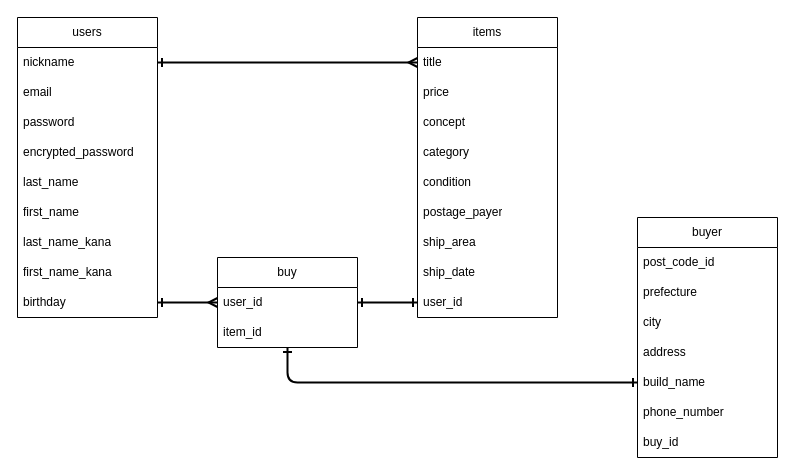
The draw.io diagram er.dio in nobuyuki-hirai/furima-38643, before the edit. Source tidied: cells renumbered, new cells numbered last; positions are measured from the earlier drawing's top-left corner, leaving out a move shared by most shapes. Both pictures are drawn from the tidied source at 100%, with x=0, y=0 at pixel (17, 17).
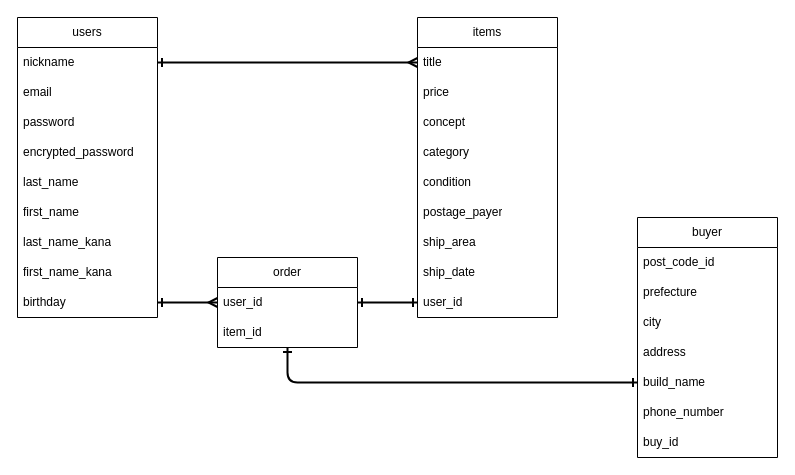
Above is the later version.

Commit message (it also covers changes not shown here):
テーブル名変更

What changed in the source:
```diff
@@
-    <mxCell id="31" value="buy" style="swimlane;fontStyle=0;horizontal=1;startSize=30;whiteSpace=wrap;html=1;" parent="1" vertex="1">
+    <mxCell id="31" value="order" style="swimlane;fontStyle=0;horizontal=1;startSize=30;whiteSpace=wrap;html=1;" parent="1" vertex="1">
       <mxGeometry x="200" y="240" width="140" height="90" as="geometry" />
     </mxCell>
```
